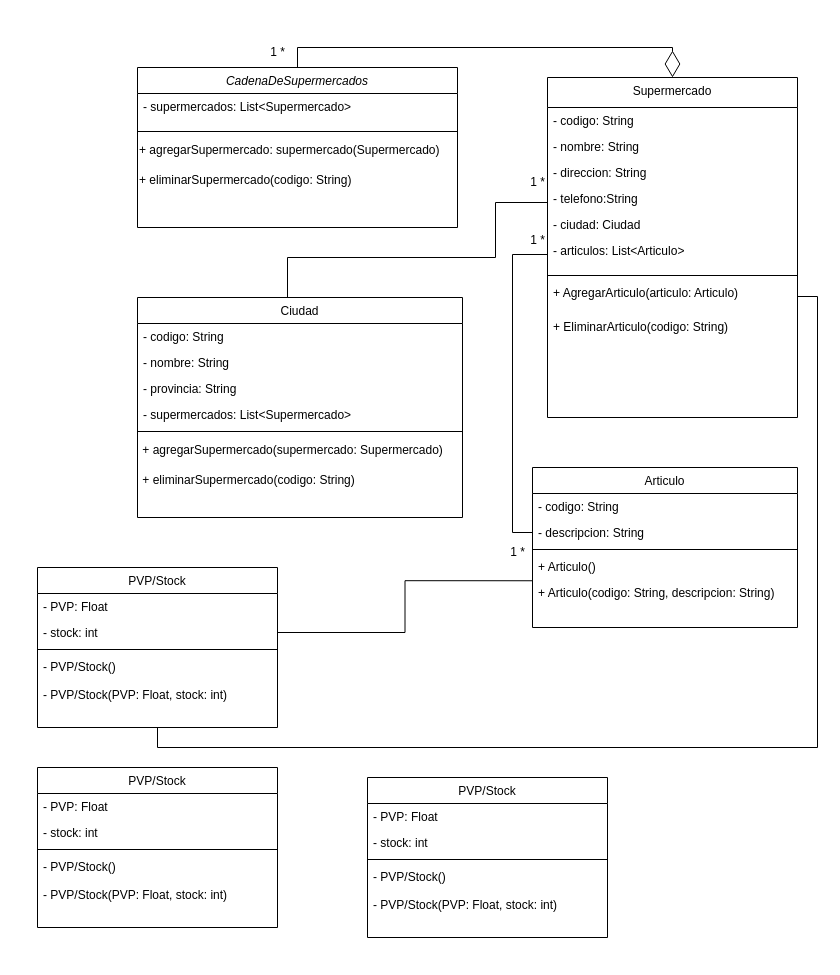
Earlier version of the draw.io diagram cadena_de_supermercados_3.drawio (vitoriadelanachaves/uml_class_diagram). Source tidied: cells renumbered, new cells numbered last; positions are measured from the earlier drawing's top-left corner, leaving out a move shared by most shapes. Both pictures are drawn from the tidied source at 100%, with x=0, y=0 at pixel (37, 37).
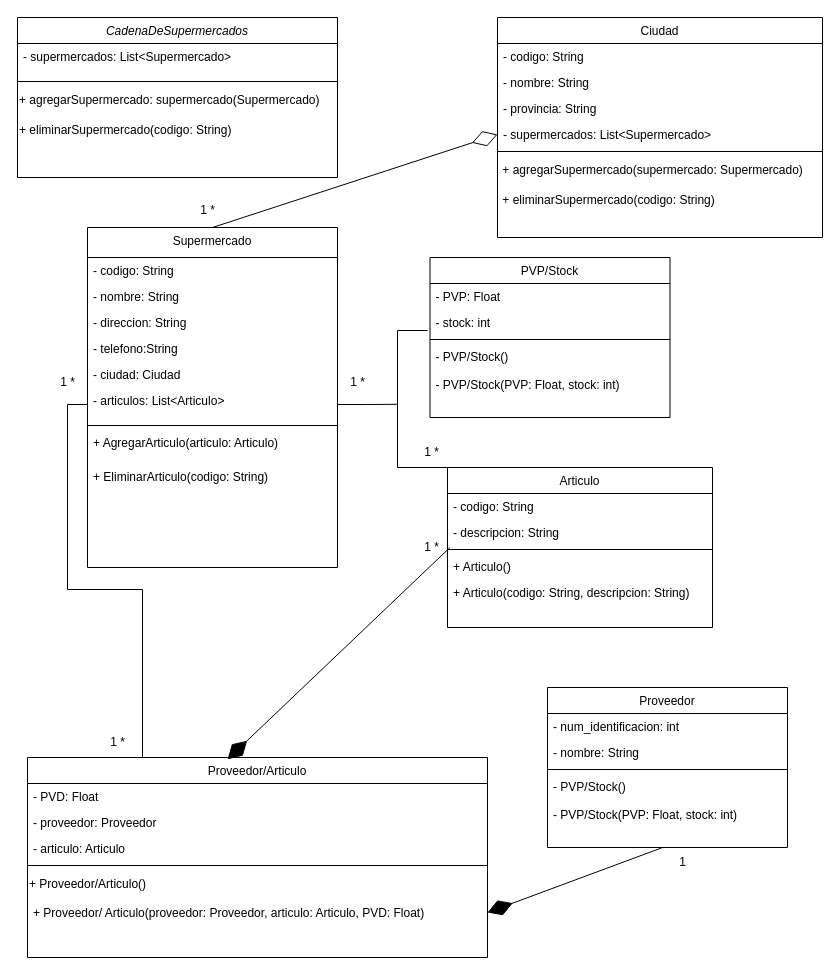
The same diagram, later.

The change refers to these unchanged cells:
```xml
<mxCell id="11" value="- supermercados: List&lt;Supermercado&gt;" style="text;align=left;verticalAlign=top;spacingLeft=4;spacingRight=4;overflow=hidden;points=[[0,0.5],[1,0.5]];portConstraint=eastwest;" parent="7" vertex="1">
  <mxGeometry y="104" width="325" height="26" as="geometry" />
</mxCell>
<mxCell id="18" value="- direccion: String" style="text;align=left;verticalAlign=top;spacingLeft=4;spacingRight=4;overflow=hidden;points=[[0,0.5],[1,0.5]];portConstraint=eastwest;rounded=0;shadow=0;html=0;" parent="15" vertex="1">
  <mxGeometry y="82" width="250" height="26" as="geometry" />
</mxCell>
<mxCell id="21" value="- articulos: List&lt;Articulo&gt;" style="text;align=left;verticalAlign=top;spacingLeft=4;spacingRight=4;overflow=hidden;points=[[0,0.5],[1,0.5]];portConstraint=eastwest;" parent="15" vertex="1">
  <mxGeometry y="160" width="250" height="34" as="geometry" />
</mxCell>
<mxCell id="23" value="+ AgregarArticulo(articulo: Articulo)" style="text;align=left;verticalAlign=top;spacingLeft=4;spacingRight=4;overflow=hidden;points=[[0,0.5],[1,0.5]];portConstraint=eastwest;" parent="15" vertex="1">
  <mxGeometry y="202" width="250" height="34" as="geometry" />
</mxCell>
<mxCell id="29" value="- descripcion: String" style="text;align=left;verticalAlign=top;spacingLeft=4;spacingRight=4;overflow=hidden;points=[[0,0.5],[1,0.5]];portConstraint=eastwest;rounded=0;shadow=0;html=0;" parent="27" vertex="1">
  <mxGeometry y="52" width="265" height="26" as="geometry" />
</mxCell>
<mxCell id="31" value="+ Articulo()" style="text;align=left;verticalAlign=top;spacingLeft=4;spacingRight=4;overflow=hidden;points=[[0,0.5],[1,0.5]];portConstraint=eastwest;fontStyle=0;" parent="27" vertex="1">
  <mxGeometry y="86" width="265" height="26" as="geometry" />
</mxCell>
<mxCell id="40" value="- stock: int" style="text;align=left;verticalAlign=top;spacingLeft=4;spacingRight=4;overflow=hidden;points=[[0,0.5],[1,0.5]];portConstraint=eastwest;" parent="38" vertex="1">
  <mxGeometry y="52" width="240" height="26" as="geometry" />
</mxCell>
<mxCell id="54" value="- PVP/Stock()&#10;&#10;- PVP/Stock(PVP: Float, stock: int)" style="text;align=left;verticalAlign=top;spacingLeft=4;spacingRight=4;overflow=hidden;points=[[0,0.5],[1,0.5]];portConstraint=eastwest;rounded=0;shadow=0;html=0;" parent="50" vertex="1">
  <mxGeometry y="86" width="240" height="74" as="geometry" />
</mxCell>
```

Diff of the diagram source:
```diff
@@
     <mxCell id="2" value="CadenaDeSupermercados" style="swimlane;fontStyle=2;align=center;verticalAlign=top;horizontal=1;startSize=26;rounded=0;shadow=0;strokeWidth=1;" parent="1" vertex="1">
-      <mxGeometry x="100" y="30" width="320" height="160" as="geometry" />
+      <mxGeometry x="-20" y="-20" width="320" height="160" as="geometry" />
     </mxCell>
@@
     <mxCell id="7" value="Ciudad" style="swimlane;fontStyle=0;align=center;verticalAlign=top;horizontal=1;startSize=26;rounded=0;shadow=0;strokeWidth=1;" parent="1" vertex="1">
-      <mxGeometry x="100" y="260" width="325" height="220" as="geometry" />
+      <mxGeometry x="460" y="-20" width="325" height="220" as="geometry" />
     </mxCell>
@@
     <mxCell id="15" value="Supermercado" style="swimlane;fontStyle=0;align=center;verticalAlign=top;horizontal=1;startSize=30;rounded=0;shadow=0;strokeWidth=1;" parent="1" vertex="1">
-      <mxGeometry x="510" y="40" width="250" height="340" as="geometry" />
+      <mxGeometry x="50" y="190" width="250" height="340" as="geometry" />
     </mxCell>
@@
+    <mxCell id="55" style="edgeStyle=orthogonalEdgeStyle;rounded=0;jettySize=auto;html=1;exitX=1;exitY=0.5;exitDx=0;exitDy=0;endArrow=none;endFill=0;" parent="15" edge="1" source="21">
+      <mxGeometry relative="1" as="geometry">
+        <mxPoint x="310" y="176.8" as="targetPoint" />
+      </mxGeometry>
+    </mxCell>
@@
-    <mxCell id="25" value="1 *" style="text;html=1;align=center;verticalAlign=middle;strokeColor=none;fillColor=none;" parent="1" vertex="1">
-      <mxGeometry x="480" y="130" width="40" height="30" as="geometry" />
-    </mxCell>
-    <mxCell id="26" value="1 *" style="text;html=1;align=center;verticalAlign=middle;strokeColor=none;fillColor=none;" parent="1" vertex="1">
-      <mxGeometry x="220" width="40" height="30" as="geometry" />
-    </mxCell>
     <mxCell id="27" value="Articulo" style="swimlane;fontStyle=0;align=center;verticalAlign=top;horizontal=1;startSize=26;rounded=0;shadow=0;strokeWidth=1;" parent="1" vertex="1">
-      <mxGeometry x="495" y="430" width="265" height="160" as="geometry" />
+      <mxGeometry x="410" y="430" width="265" height="160" as="geometry" />
     </mxCell>
@@
-    <mxCell id="33" style="endArrow=diamondThin;endFill=0;endSize=24;html=1;rounded=0;entryX=0.5;entryY=0;entryDx=0;entryDy=0;exitX=0.5;exitY=0;exitDx=0;exitDy=0;edgeStyle=orthogonalEdgeStyle;" parent="1" edge="1" source="2" target="15">
-      <mxGeometry relative="1" as="geometry">
-        <Array as="points">
-          <mxPoint x="260" y="10" />
-          <mxPoint x="635" y="10" />
-        </Array>
-      </mxGeometry>
-    </mxCell>
-    <mxCell id="34" style="rounded=0;jettySize=auto;html=1;exitX=0.5;exitY=0;exitDx=0;exitDy=0;entryX=0;entryY=0.5;entryDx=0;entryDy=0;endArrow=none;endFill=0;edgeStyle=orthogonalEdgeStyle;" parent="1" edge="1" source="7" target="18">
-      <mxGeometry relative="1" as="geometry">
-        <Array as="points">
-          <mxPoint x="250" y="260" />
-          <mxPoint x="250" y="220" />
-          <mxPoint x="458" y="220" />
-          <mxPoint x="458" y="165" />
-        </Array>
-      </mxGeometry>
-    </mxCell>
-    <mxCell id="35" style="edgeStyle=orthogonalEdgeStyle;rounded=0;jettySize=auto;html=1;exitX=0;exitY=0.5;exitDx=0;exitDy=0;entryX=0;entryY=0.5;entryDx=0;entryDy=0;endArrow=none;endFill=0;" parent="1" edge="1" source="29" target="21">
-      <mxGeometry relative="1" as="geometry" />
-    </mxCell>
-    <mxCell id="36" value="1 *" style="text;html=1;align=center;verticalAlign=middle;strokeColor=none;fillColor=none;" parent="1" vertex="1">
-      <mxGeometry x="460" y="500" width="40" height="30" as="geometry" />
-    </mxCell>
-    <mxCell id="37" style="edgeStyle=orthogonalEdgeStyle;rounded=0;jettySize=auto;html=1;exitX=0.5;exitY=1;exitDx=0;exitDy=0;entryX=1;entryY=0.5;entryDx=0;entryDy=0;endArrow=none;endFill=0;" parent="1" edge="1" source="38" target="23">
-      <mxGeometry relative="1" as="geometry" />
-    </mxCell>
     <mxCell id="38" value="PVP/Stock" style="swimlane;fontStyle=0;align=center;verticalAlign=top;horizontal=1;startSize=26;rounded=0;shadow=0;strokeWidth=1;" parent="1" vertex="1">
-      <mxGeometry y="530" width="240" height="160" as="geometry" />
+      <mxGeometry x="392.5" y="220" width="240" height="160" as="geometry" />
     </mxCell>
@@
-    <mxCell id="43" style="edgeStyle=orthogonalEdgeStyle;rounded=0;jettySize=auto;html=1;exitX=1;exitY=0.5;exitDx=0;exitDy=0;entryX=-0.001;entryY=1.048;entryDx=0;entryDy=0;entryPerimeter=0;endArrow=none;endFill=0;" parent="1" edge="1" source="40" target="31">
-      <mxGeometry relative="1" as="geometry" />
-    </mxCell>
-    <mxCell id="44" value="1 *" style="text;html=1;align=center;verticalAlign=middle;strokeColor=none;fillColor=none;" parent="1" vertex="1">
-      <mxGeometry x="480" y="188" width="40" height="30" as="geometry" />
-    </mxCell>
-    <mxCell id="45" value="PVP/Stock" style="swimlane;fontStyle=0;align=center;verticalAlign=top;horizontal=1;startSize=26;rounded=0;shadow=0;strokeWidth=1;" parent="1" vertex="1">
-      <mxGeometry y="730" width="240" height="160" as="geometry" />
+    <mxCell id="45" value="Proveedor/Articulo" style="swimlane;fontStyle=0;align=center;verticalAlign=top;horizontal=1;startSize=26;rounded=0;shadow=0;strokeWidth=1;" parent="1" vertex="1">
+      <mxGeometry x="-10" y="720" width="460" height="200" as="geometry" />
     </mxCell>
+    <mxCell id="47" value="- PVD: Float" style="text;align=left;verticalAlign=top;spacingLeft=4;spacingRight=4;overflow=hidden;" parent="45" vertex="1">
+      <mxGeometry y="26" width="460" height="26" as="geometry" />
+    </mxCell>
-    <mxCell id="46" value="- PVP: Float" style="text;align=left;verticalAlign=top;spacingLeft=4;spacingRight=4;overflow=hidden;fontStyle=0;" parent="45" vertex="1">
-      <mxGeometry y="26" width="240" height="26" as="geometry" />
+    <mxCell id="46" value="- proveedor: Proveedor" style="text;align=left;verticalAlign=top;spacingLeft=4;spacingRight=4;overflow=hidden;fontStyle=0;" parent="45" vertex="1">
+      <mxGeometry y="52" width="460" height="26" as="geometry" />
     </mxCell>
-    <mxCell id="47" value="- stock: int" style="text;align=left;verticalAlign=top;spacingLeft=4;spacingRight=4;overflow=hidden;" parent="45" vertex="1">
-      <mxGeometry y="52" width="240" height="26" as="geometry" />
-    </mxCell>
+    <mxCell id="56" value="- articulo: Articulo" style="text;align=left;verticalAlign=top;spacingLeft=4;spacingRight=4;overflow=hidden;" parent="45" vertex="1">
+      <mxGeometry y="78" width="460" height="26" as="geometry" />
+    </mxCell>
     <mxCell id="48" style="line;html=1;strokeWidth=1;align=left;verticalAlign=middle;spacingTop=-1;spacingLeft=3;spacingRight=3;labelPosition=right;" parent="45" vertex="1">
-      <mxGeometry y="78" width="240" height="8" as="geometry" />
+      <mxGeometry y="104" width="460" height="8" as="geometry" />
     </mxCell>
-    <mxCell id="49" value="- PVP/Stock()&#10;&#10;- PVP/Stock(PVP: Float, stock: int)" style="text;align=left;verticalAlign=top;spacingLeft=4;spacingRight=4;overflow=hidden;rounded=0;shadow=0;html=0;" parent="45" vertex="1">
-      <mxGeometry y="86" width="240" height="74" as="geometry" />
-    </mxCell>
+    <mxCell id="57" value="+ Proveedor/Articulo()" style="text;html=1;align=left;verticalAlign=middle;strokeColor=none;fillColor=none;" parent="45" vertex="1">
+      <mxGeometry y="112" width="460" height="30" as="geometry" />
+    </mxCell>
+    <mxCell id="58" value="+ Proveedor/ Articulo(proveedor: Proveedor, articulo: Articulo, PVD: Float)" style="text;align=left;verticalAlign=top;spacingLeft=4;spacingRight=4;overflow=hidden;points=[[0,0.5],[1,0.5]];portConstraint=eastwest;fontStyle=0;" parent="45" vertex="1">
+      <mxGeometry y="142" width="460" height="26" as="geometry" />
+    </mxCell>
-    <mxCell id="50" value="PVP/Stock" style="swimlane;fontStyle=0;align=center;verticalAlign=top;horizontal=1;startSize=26;rounded=0;shadow=0;strokeWidth=1;" parent="1" vertex="1">
-      <mxGeometry x="330" y="740" width="240" height="160" as="geometry" />
+    <mxCell id="50" value="Proveedor" style="swimlane;fontStyle=0;align=center;verticalAlign=top;horizontal=1;startSize=26;rounded=0;shadow=0;strokeWidth=1;" parent="1" vertex="1">
+      <mxGeometry x="510" y="650" width="240" height="160" as="geometry" />
     </mxCell>
-    <mxCell id="51" value="- PVP: Float" style="text;align=left;verticalAlign=top;spacingLeft=4;spacingRight=4;overflow=hidden;fontStyle=0;" parent="50" vertex="1">
+    <mxCell id="51" value="- num_identificacion: int" style="text;align=left;verticalAlign=top;spacingLeft=4;spacingRight=4;overflow=hidden;fontStyle=0;" parent="50" vertex="1">
       <mxGeometry y="26" width="240" height="26" as="geometry" />
     </mxCell>
-    <mxCell id="52" value="- stock: int" style="text;align=left;verticalAlign=top;spacingLeft=4;spacingRight=4;overflow=hidden;" parent="50" vertex="1">
+    <mxCell id="52" value="- nombre: String" style="text;align=left;verticalAlign=top;spacingLeft=4;spacingRight=4;overflow=hidden;" parent="50" vertex="1">
       <mxGeometry y="52" width="240" height="26" as="geometry" />
     </mxCell>
@@
+    <mxCell id="59" value="1 *" style="text;html=1;align=center;verticalAlign=middle;strokeColor=none;fillColor=none;" parent="1" vertex="1">
+      <mxGeometry x="10" y="330" width="40" height="30" as="geometry" />
+    </mxCell>
+    <mxCell id="60" style="edgeStyle=orthogonalEdgeStyle;rounded=0;jettySize=auto;html=1;exitX=0.25;exitY=0;exitDx=0;exitDy=0;endArrow=none;endFill=0;" parent="1" edge="1" source="27">
+      <mxGeometry relative="1" as="geometry">
+        <mxPoint x="390" y="293" as="targetPoint" />
+        <Array as="points">
+          <mxPoint x="360" y="430" />
+          <mxPoint x="360" y="293" />
+        </Array>
+      </mxGeometry>
+    </mxCell>
+    <mxCell id="61" style="edgeStyle=orthogonalEdgeStyle;rounded=0;jettySize=auto;html=1;exitX=0;exitY=0.5;exitDx=0;exitDy=0;entryX=0.25;entryY=0;entryDx=0;entryDy=0;endArrow=none;endFill=0;" parent="1" edge="1" source="21" target="45">
+      <mxGeometry relative="1" as="geometry" />
+    </mxCell>
+    <mxCell id="62" value="1 *" style="text;html=1;align=center;verticalAlign=middle;strokeColor=none;fillColor=none;" parent="1" vertex="1">
+      <mxGeometry x="60" y="690" width="40" height="30" as="geometry" />
+    </mxCell>
+    <mxCell id="63" style="endArrow=diamondThin;endFill=0;endSize=24;html=1;rounded=0;exitX=0.5;exitY=0;exitDx=0;exitDy=0;entryX=0;entryY=0.5;entryDx=0;entryDy=0;" parent="1" edge="1" source="15" target="11">
+      <mxGeometry relative="1" as="geometry" />
+    </mxCell>
+    <mxCell id="64" value="1 *" style="text;html=1;align=center;verticalAlign=middle;strokeColor=none;fillColor=none;" parent="1" vertex="1">
+      <mxGeometry x="150" y="158" width="40" height="30" as="geometry" />
+    </mxCell>
+    <mxCell id="65" value="1 *" style="text;html=1;align=center;verticalAlign=middle;strokeColor=none;fillColor=none;" parent="1" vertex="1">
+      <mxGeometry x="374" y="400" width="40" height="30" as="geometry" />
+    </mxCell>
+    <mxCell id="66" value="1 *" style="text;html=1;align=center;verticalAlign=middle;strokeColor=none;fillColor=none;" parent="1" vertex="1">
+      <mxGeometry x="300" y="330" width="40" height="30" as="geometry" />
+    </mxCell>
+    <mxCell id="67" style="endArrow=diamondThin;endFill=1;endSize=24;html=1;rounded=0;entryX=0.435;entryY=0.009;entryDx=0;entryDy=0;entryPerimeter=0;exitX=0.009;exitY=1.08;exitDx=0;exitDy=0;exitPerimeter=0;" parent="1" edge="1" source="29" target="45">
+      <mxGeometry relative="1" as="geometry" />
+    </mxCell>
+    <mxCell id="68" value="1 *" style="text;html=1;align=center;verticalAlign=middle;strokeColor=none;fillColor=none;" parent="1" vertex="1">
+      <mxGeometry x="374" y="495" width="40" height="30" as="geometry" />
+    </mxCell>
+    <mxCell id="69" style="endArrow=diamondThin;endFill=1;endSize=24;html=1;rounded=0;exitX=0.48;exitY=1;exitDx=0;exitDy=0;exitPerimeter=0;entryX=1;entryY=0.5;entryDx=0;entryDy=0;" parent="1" edge="1" source="54" target="58">
+      <mxGeometry relative="1" as="geometry" />
+    </mxCell>
+    <mxCell id="70" value="1" style="text;html=1;align=center;verticalAlign=middle;strokeColor=none;fillColor=none;" parent="1" vertex="1">
+      <mxGeometry x="630" y="810" width="30" height="30" as="geometry" />
+    </mxCell>
```
